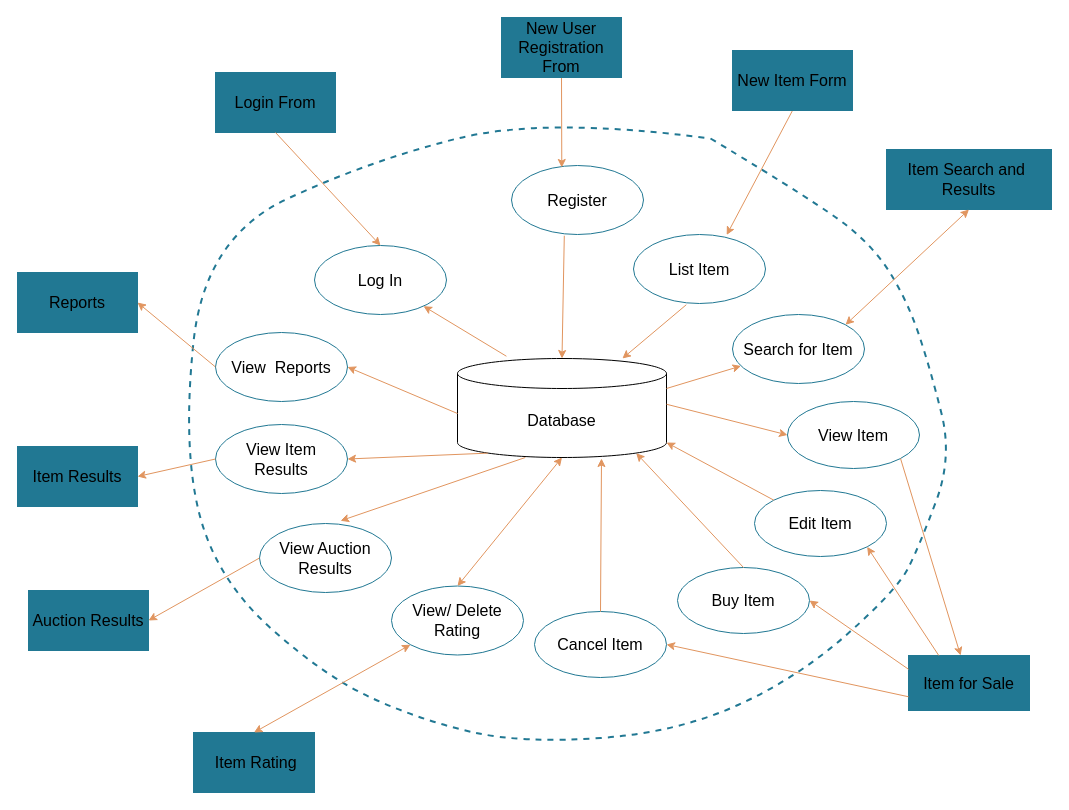
Earlier version of the draw.io diagram Deliverables/IFD.drawio (leileili1010/Buzzbid). Source tidied: cells renumbered, new cells numbered last; positions are measured from the earlier drawing's top-left corner, leaving out a move shared by most shapes. Both pictures are drawn from the tidied source at 100%, with x=0, y=0 at pixel (17, 17).
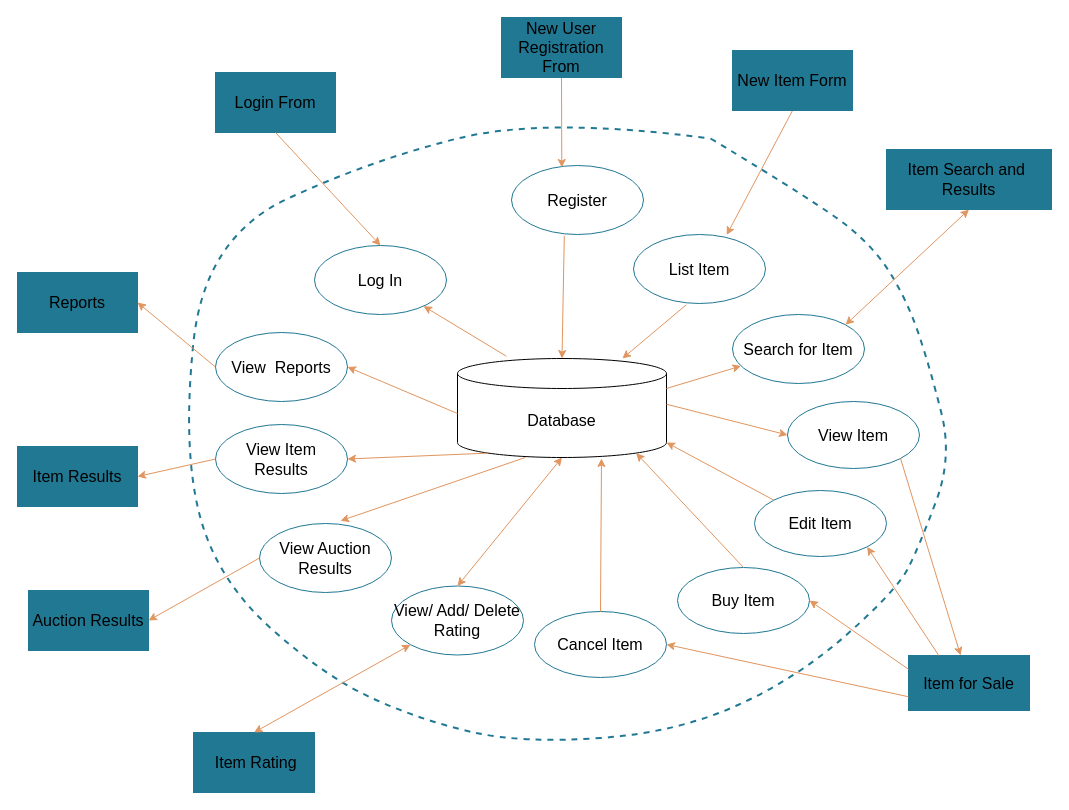
After the change.

Commit message:
updated add to rating in IFD

What changed in the source:
```diff
@@
-    <mxCell id="19" value="&lt;span style=&quot;font-size: 16px;&quot;&gt;View/ Delete&lt;br&gt;Rating&lt;br&gt;&lt;/span&gt;" style="ellipse;whiteSpace=wrap;html=1;strokeColor=#217893;" parent="1" vertex="1">
+    <mxCell id="19" value="&lt;span style=&quot;font-size: 16px;&quot;&gt;View/ Add/ Delete&lt;br&gt;Rating&lt;br&gt;&lt;/span&gt;" style="ellipse;whiteSpace=wrap;html=1;strokeColor=#217893;" parent="1" vertex="1">
       <mxGeometry x="374" y="568.5" width="132" height="69" as="geometry" />
     </mxCell>
```
